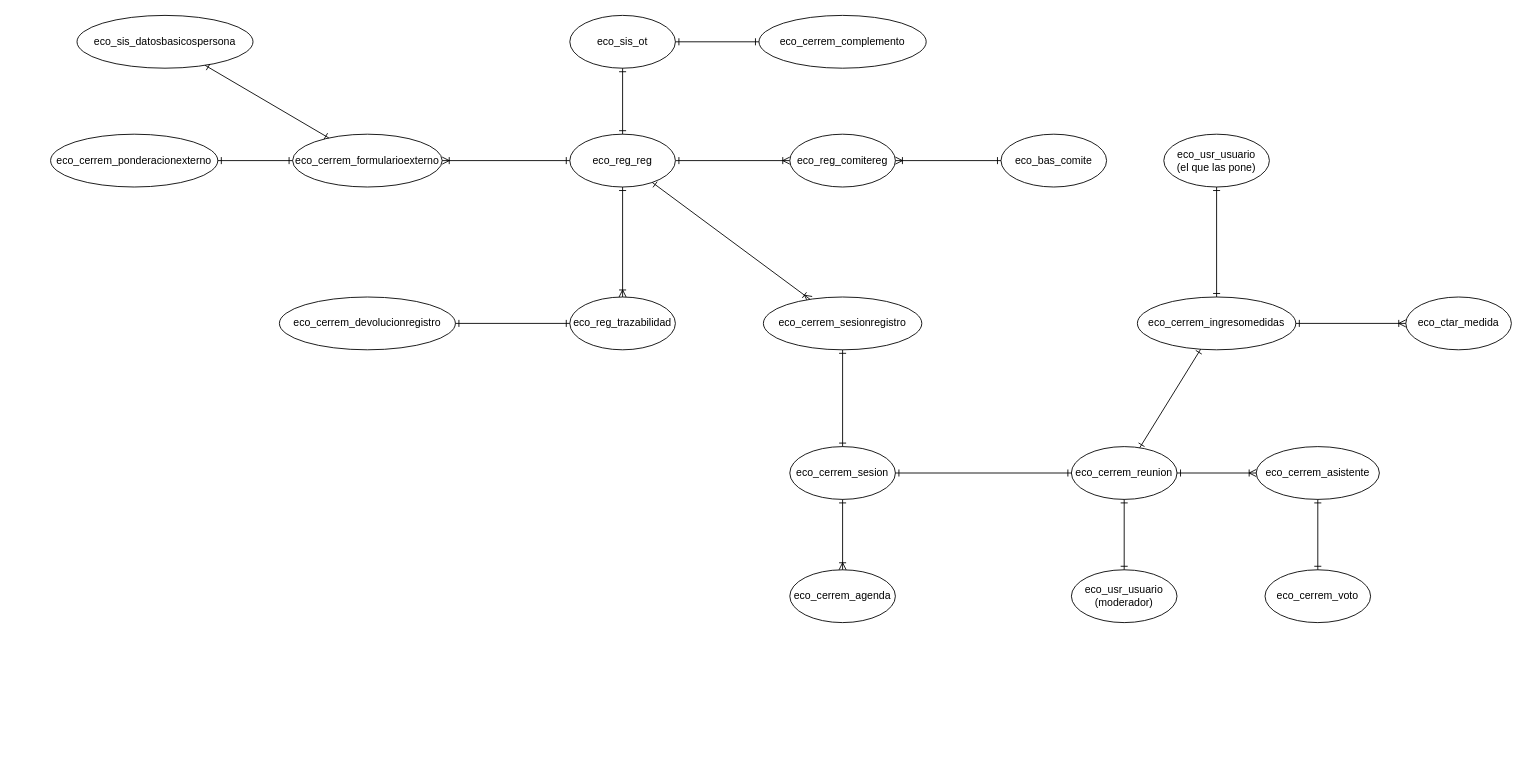
Above: CERREM/ER-CERREM-V1.drawio in HanaPinilla/Diagramas-DB (draw.io), before the change. Source tidied: cells renumbered, new cells numbered last; positions are measured from the earlier drawing's top-left corner, leaving out a move shared by most shapes. Both pictures are drawn from the tidied source at 88%, with x=0, y=0 at pixel (50, 15).
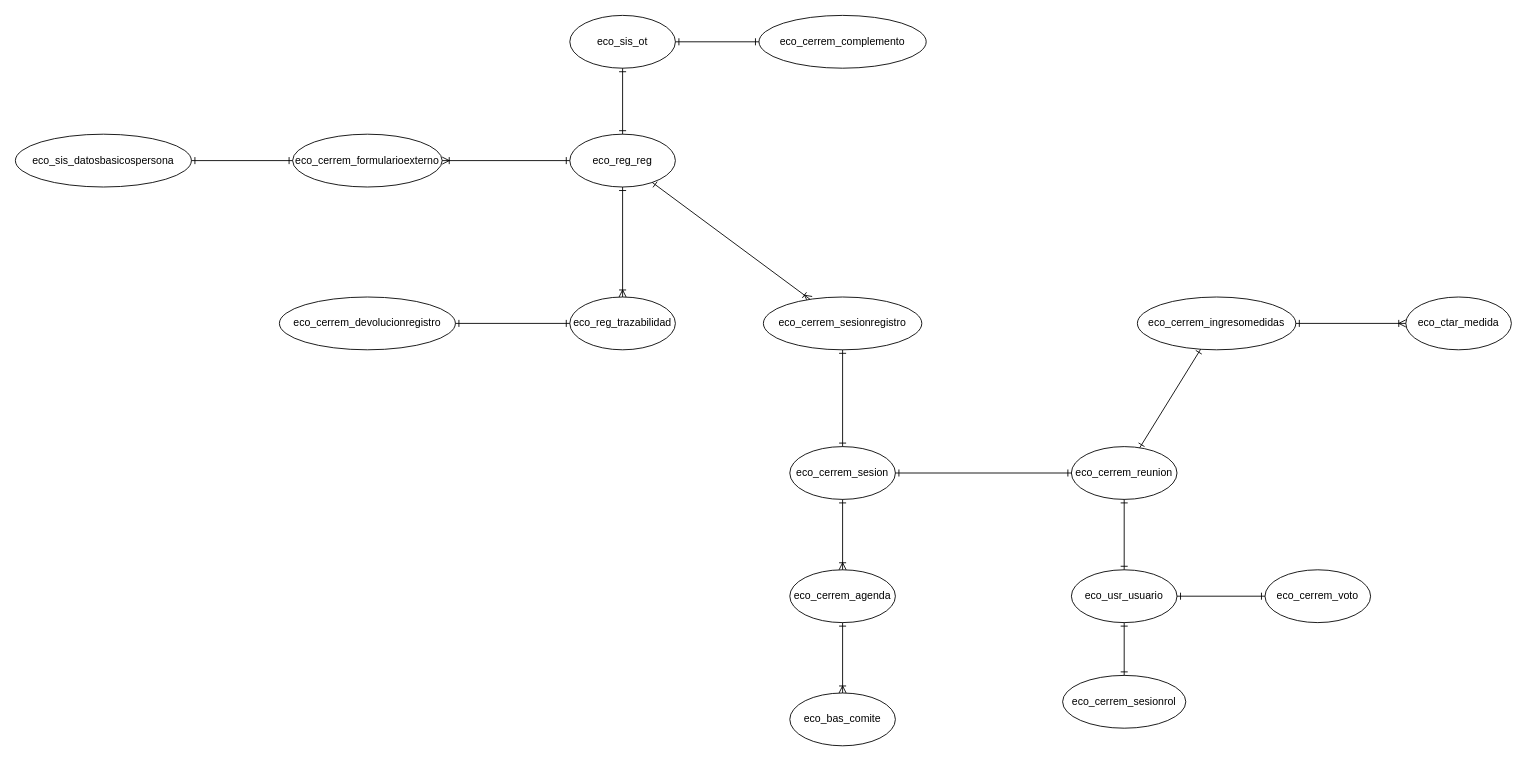
The same page after the edit.

The change refers to these unchanged cells:
```xml
<mxCell id="3" value="eco_reg_reg" style="ellipse;whiteSpace=wrap;html=1;" parent="1" vertex="1">
  <mxGeometry x="590" y="135" width="120" height="60" as="geometry" />
</mxCell>
<mxCell id="7" value="eco_cerrem_agenda" style="ellipse;whiteSpace=wrap;html=1;" parent="1" vertex="1">
  <mxGeometry x="840" y="630" width="120" height="60" as="geometry" />
</mxCell>
<mxCell id="8" value="eco_cerrem_reunion" style="ellipse;whiteSpace=wrap;html=1;" parent="1" vertex="1">
  <mxGeometry x="1160" y="490" width="120" height="60" as="geometry" />
</mxCell>
<mxCell id="10" value="eco_cerrem_voto" style="ellipse;whiteSpace=wrap;html=1;" parent="1" vertex="1">
  <mxGeometry x="1380" y="630" width="120" height="60" as="geometry" />
</mxCell>
<mxCell id="12" value="eco_cerrem_ingresomedidas" style="ellipse;whiteSpace=wrap;html=1;" parent="1" vertex="1">
  <mxGeometry x="1235" y="320" width="180" height="60" as="geometry" />
</mxCell>
<mxCell id="33" value="eco_cerrem_formularioexterno" style="ellipse;whiteSpace=wrap;html=1;" parent="1" vertex="1">
  <mxGeometry x="275" y="135" width="170" height="60" as="geometry" />
</mxCell>
```

What changed in the source:
```diff
@@
-    <mxCell id="2" style="rounded=0;jettySize=auto;html=1;exitX=1;exitY=0.5;exitDx=0;exitDy=0;endArrow=ERoneToMany;endFill=0;startArrow=ERone;startFill=0;" parent="1" edge="1" source="3" target="15">
-      <mxGeometry relative="1" as="geometry" />
-    </mxCell>
@@
     <mxCell id="5" value="eco_bas_comite" style="ellipse;whiteSpace=wrap;html=1;" parent="1" vertex="1">
-      <mxGeometry x="1080" y="135" width="120" height="60" as="geometry" />
+      <mxGeometry x="840" y="770" width="120" height="60" as="geometry" />
     </mxCell>
@@
-    <mxCell id="9" value="eco_cerrem_asistente" style="ellipse;whiteSpace=wrap;html=1;" parent="1" vertex="1">
-      <mxGeometry x="1370" y="490" width="140" height="60" as="geometry" />
-    </mxCell>
@@
-    <mxCell id="14" value="eco_cerrem_ponderacionexterno" style="ellipse;whiteSpace=wrap;html=1;" parent="1" vertex="1">
-      <mxGeometry y="135" width="190" height="60" as="geometry" />
-    </mxCell>
-    <mxCell id="15" value="eco_reg_comitereg" style="ellipse;whiteSpace=wrap;html=1;" parent="1" vertex="1">
-      <mxGeometry x="840" y="135" width="120" height="60" as="geometry" />
-    </mxCell>
-    <mxCell id="16" style="rounded=0;jettySize=auto;html=1;endArrow=ERone;endFill=0;startArrow=ERoneToMany;startFill=0;" parent="1" edge="1" source="15" target="5">
-      <mxGeometry relative="1" as="geometry" />
-    </mxCell>
@@
-    <mxCell id="25" value="&lt;div&gt;eco_usr_usuario&lt;/div&gt;&lt;div&gt;(moderador)&lt;/div&gt;" style="ellipse;whiteSpace=wrap;html=1;" parent="1" vertex="1">
+    <mxCell id="25" value="&lt;div&gt;eco_usr_usuario&lt;/div&gt;" style="ellipse;whiteSpace=wrap;html=1;" parent="1" vertex="1">
       <mxGeometry x="1160" y="630" width="120" height="60" as="geometry" />
     </mxCell>
@@
-    <mxCell id="27" style="rounded=0;jettySize=auto;html=1;endArrow=ERoneToMany;endFill=0;startArrow=ERone;startFill=0;" parent="1" edge="1" source="8" target="9">
-      <mxGeometry relative="1" as="geometry" />
-    </mxCell>
-    <mxCell id="28" style="rounded=0;jettySize=auto;html=1;endArrow=ERone;endFill=0;startArrow=ERone;startFill=0;" parent="1" edge="1" source="9" target="10">
+    <mxCell id="28" style="rounded=0;jettySize=auto;html=1;endArrow=ERone;endFill=0;startArrow=ERone;startFill=0;" parent="1" edge="1" source="25" target="10">
       <mxGeometry relative="1" as="geometry" />
     </mxCell>
-    <mxCell id="29" value="&lt;div&gt;eco_usr_usuario&lt;/div&gt;&lt;div&gt;(el que las pone)&lt;/div&gt;" style="ellipse;whiteSpace=wrap;html=1;" parent="1" vertex="1">
-      <mxGeometry x="1265" y="135" width="120" height="60" as="geometry" />
-    </mxCell>
@@
-    <mxCell id="32" style="rounded=0;jettySize=auto;html=1;endArrow=ERone;endFill=0;startArrow=ERone;startFill=0;" parent="1" edge="1" source="12" target="29">
-      <mxGeometry relative="1" as="geometry" />
-    </mxCell>
@@
     <mxCell id="36" value="eco_sis_datosbasicospersona" style="ellipse;whiteSpace=wrap;html=1;" parent="1" vertex="1">
-      <mxGeometry x="30" width="200" height="60" as="geometry" />
+      <mxGeometry x="-40" y="135" width="200" height="60" as="geometry" />
     </mxCell>
@@
-    <mxCell id="38" style="rounded=0;jettySize=auto;html=1;endArrow=ERone;endFill=0;startArrow=ERone;startFill=0;" parent="1" edge="1" source="33" target="14">
-      <mxGeometry relative="1" as="geometry" />
-    </mxCell>
@@
+    <mxCell id="41" value="&lt;div&gt;eco_cerrem_sesionrol&lt;/div&gt;" style="ellipse;whiteSpace=wrap;html=1;" parent="1" vertex="1">
+      <mxGeometry x="1150" y="750" width="140" height="60" as="geometry" />
+    </mxCell>
+    <mxCell id="42" style="rounded=0;jettySize=auto;html=1;endArrow=ERone;endFill=0;startArrow=ERone;startFill=0;" parent="1" edge="1" source="25" target="41">
+      <mxGeometry relative="1" as="geometry" />
+    </mxCell>
+    <mxCell id="43" style="rounded=0;jettySize=auto;html=1;endArrow=ERoneToMany;endFill=0;startArrow=ERone;startFill=0;" parent="1" edge="1" source="7" target="5">
+      <mxGeometry relative="1" as="geometry" />
+    </mxCell>
```
